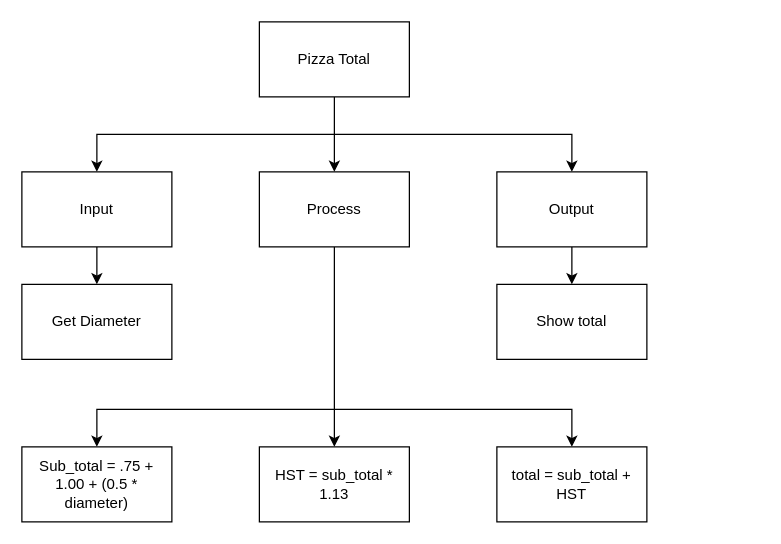
Peter-Gemmell/ICS3U-Assignment-4-Python keeps this draw.io diagram as Draw.io/topdown.drawio. Above is the earlier version. Source tidied: cells renumbered, new cells numbered last; positions are measured from the earlier drawing's top-left corner, leaving out a move shared by most shapes. Both pictures are drawn from the tidied source at 125%, with x=0, y=0 at pixel (21, 21).
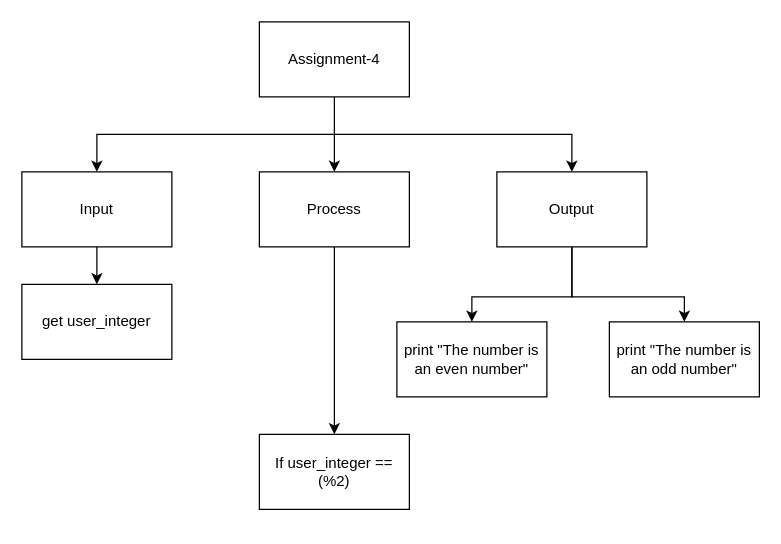
The same diagram, later.

Unchanged cells that the change refers to:
```xml
<mxCell id="13" value="Output" style="rounded=0;whiteSpace=wrap;html=1;" parent="1" vertex="1">
  <mxGeometry x="380" y="120" width="120" height="60" as="geometry" />
</mxCell>
```

Diff of the diagram source:
```diff
@@
-    <mxCell id="5" value="Pizza Total" style="rounded=0;whiteSpace=wrap;html=1;" parent="1" vertex="1">
+    <mxCell id="5" value="Assignment-4" style="rounded=0;whiteSpace=wrap;html=1;" parent="1" vertex="1">
       <mxGeometry x="190" width="120" height="60" as="geometry" />
     </mxCell>
@@
-    <mxCell id="9" style="edgeStyle=none;rounded=0;html=1;entryX=0.5;entryY=0;entryDx=0;entryDy=0;" parent="1" edge="1" target="18">
-      <mxGeometry relative="1" as="geometry">
-        <mxPoint x="250" y="310" as="sourcePoint" />
-        <Array as="points">
-          <mxPoint x="440" y="310" />
-        </Array>
-      </mxGeometry>
-    </mxCell>
-    <mxCell id="10" style="edgeStyle=none;rounded=0;html=1;entryX=0.5;entryY=0;entryDx=0;entryDy=0;" parent="1" edge="1" target="17">
-      <mxGeometry relative="1" as="geometry">
-        <mxPoint x="250" y="310" as="sourcePoint" />
-        <Array as="points">
-          <mxPoint x="60" y="310" />
-        </Array>
-      </mxGeometry>
-    </mxCell>
@@
-    <mxCell id="12" style="edgeStyle=none;rounded=0;html=1;" parent="1" edge="1" source="13" target="15">
-      <mxGeometry relative="1" as="geometry" />
+    <mxCell id="12" style="edgeStyle=none;rounded=0;html=1;entryX=0.5;entryY=0;entryDx=0;entryDy=0;exitX=0.5;exitY=1;exitDx=0;exitDy=0;" parent="1" edge="1" source="13" target="15">
+      <mxGeometry relative="1" as="geometry">
+        <Array as="points">
+          <mxPoint x="440" y="220" />
+          <mxPoint x="360" y="220" />
+        </Array>
+      </mxGeometry>
     </mxCell>
+    <mxCell id="19" style="edgeStyle=none;html=1;entryX=0.5;entryY=0;entryDx=0;entryDy=0;exitX=0.5;exitY=1;exitDx=0;exitDy=0;rounded=0;" parent="1" edge="1" source="13" target="10">
+      <mxGeometry relative="1" as="geometry">
+        <Array as="points">
+          <mxPoint x="440" y="220" />
+          <mxPoint x="530" y="220" />
+        </Array>
+      </mxGeometry>
+    </mxCell>
@@
-    <mxCell id="14" value="Get Diameter" style="rounded=0;whiteSpace=wrap;html=1;" parent="1" vertex="1">
+    <mxCell id="14" value="get user_integer" style="rounded=0;whiteSpace=wrap;html=1;" parent="1" vertex="1">
       <mxGeometry y="210" width="120" height="60" as="geometry" />
     </mxCell>
-    <mxCell id="15" value="Show total" style="rounded=0;whiteSpace=wrap;html=1;" parent="1" vertex="1">
-      <mxGeometry x="380" y="210" width="120" height="60" as="geometry" />
+    <mxCell id="15" value="print &quot;The number is an even number&quot;" style="rounded=0;whiteSpace=wrap;html=1;" parent="1" vertex="1">
+      <mxGeometry x="300" y="240" width="120" height="60" as="geometry" />
     </mxCell>
-    <mxCell id="16" value="HST = sub_total * 1.13" style="rounded=0;whiteSpace=wrap;html=1;" parent="1" vertex="1">
-      <mxGeometry x="190" y="340" width="120" height="60" as="geometry" />
+    <mxCell id="16" value="If user_integer == (%2)" style="rounded=0;whiteSpace=wrap;html=1;" parent="1" vertex="1">
+      <mxGeometry x="190" y="330" width="120" height="60" as="geometry" />
     </mxCell>
-    <mxCell id="17" value="Sub_total = .75 + 1.00 + (0.5 * diameter)" style="rounded=0;whiteSpace=wrap;html=1;" parent="1" vertex="1">
-      <mxGeometry y="340" width="120" height="60" as="geometry" />
-    </mxCell>
-    <mxCell id="18" value="total = sub_total + HST" style="rounded=0;whiteSpace=wrap;html=1;" parent="1" vertex="1">
-      <mxGeometry x="380" y="340" width="120" height="60" as="geometry" />
-    </mxCell>
+    <mxCell id="10" value="print &quot;The number is an odd number&quot;" style="rounded=0;whiteSpace=wrap;html=1;" parent="1" vertex="1">
+      <mxGeometry x="470" y="240" width="120" height="60" as="geometry" />
+    </mxCell>
```
